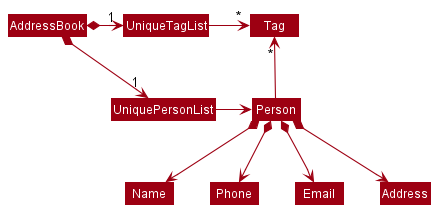
Above: docs/images/BetterModelClassDiagram.png in nus-cs2103-AY2223S2/tp (PlantUML), before the change.
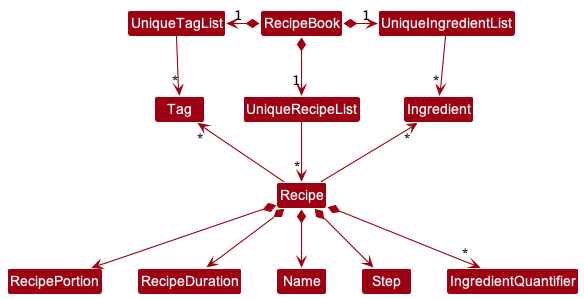
Above is the later version.

Commit message:
V1.3: Add DG for Model package (#125)

Change to the diagram source:
```diff
@@ -4,18 +4,21 @@
 skinparam arrowColor MODEL_COLOR
 skinparam classBackgroundColor MODEL_COLOR
 
-AddressBook *-right-> "1" UniquePersonList
-AddressBook *-right-> "1" UniqueTagList
-UniqueTagList -[hidden]down- UniquePersonList
-UniqueTagList -[hidden]down- UniquePersonList
+RecipeBook *-right-> "1" UniqueRecipeList
+RecipeBook *-left-> "1" UniqueTagList
+RecipeBook *-right-> "1" UniqueIngredientList
 
-UniqueTagList -right-> "*" Tag
-UniquePersonList -right-> Person
+UniqueTagList -down-> "*" Tag
+UniqueIngredientList -down-> "*" Ingredient
+UniqueRecipeList -down-> "*" Recipe
 
-Person -up-> "*" Tag
+Recipe -up-> "*" Tag
+Recipe -up-> "*" Ingredient
 
-Person *--> Name
-Person *--> Phone
-Person *--> Email
-Person *--> Address
+Recipe *--> RecipePortion
+Recipe *--> RecipeDuration
+Recipe *--> Name
+Recipe *--> Step
+Recipe *--> "*" IngredientQuantifier
+
 @enduml
```
